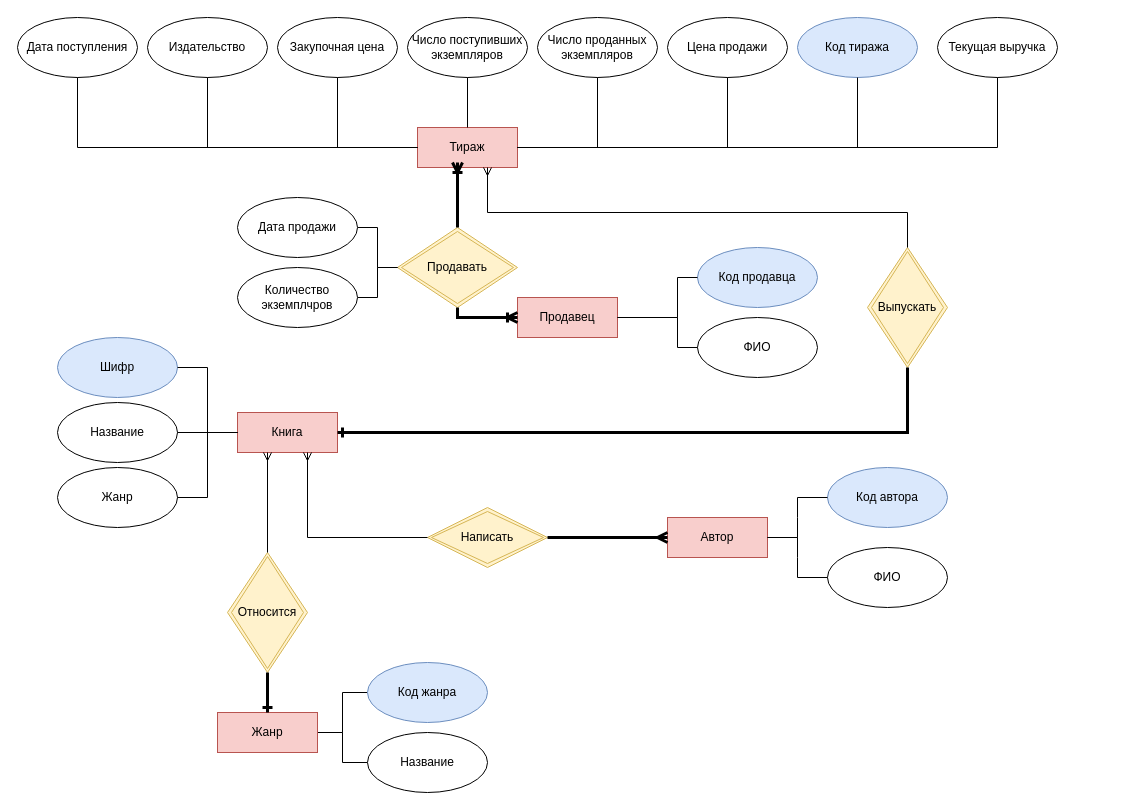
Earlier version of the draw.io diagram page "ER Scheme" (1 of 2) of Scheme.drawio (ScorpKir/postgres-learning). Source tidied: cells renumbered, new cells numbered last; positions are measured from the earlier drawing's top-left corner, leaving out a move shared by most shapes. Both pictures are drawn from the tidied source at 100%, with x=0, y=0 at pixel (17, 17).
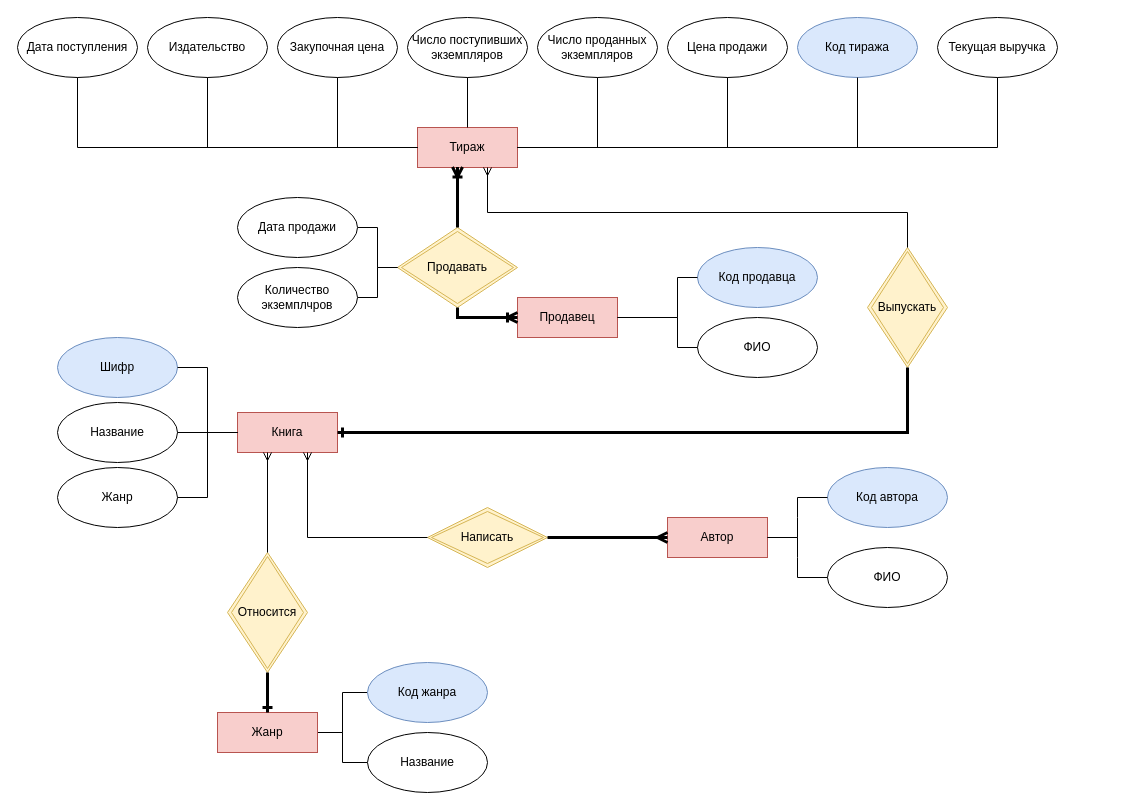
The same page after the edit.

The change refers to these unchanged cells:
```xml
<mxCell id="4" value="Тираж" style="rounded=0;arcSize=10;whiteSpace=wrap;html=1;align=center;fillColor=#f8cecc;strokeColor=#b85450;" parent="3" vertex="1">
  <mxGeometry x="400" y="110" width="100" height="40" as="geometry" />
</mxCell>
<mxCell id="35" value="Продавать" style="shape=rhombus;double=1;perimeter=rhombusPerimeter;whiteSpace=wrap;html=1;align=center;direction=west;fillColor=#fff2cc;strokeColor=#d6b656;rounded=0;" parent="33" vertex="1">
  <mxGeometry x="-40" y="30" width="120" height="80" as="geometry" />
</mxCell>
```

What changed in the source:
```diff
@@
-    <mxCell id="61" style="fontSize=12;html=1;endArrow=ERoneToMany;rounded=0;exitX=0.5;exitY=1;exitDx=0;exitDy=0;edgeStyle=orthogonalEdgeStyle;strokeWidth=3;" parent="1" edge="1" source="35">
-      <mxGeometry relative="1" as="geometry">
-        <mxPoint x="440" y="145" as="targetPoint" />
-        <Array as="points">
-          <mxPoint x="440" y="150" />
-        </Array>
-      </mxGeometry>
+    <mxCell id="61" style="fontSize=12;html=1;endArrow=ERoneToMany;rounded=0;exitX=0.5;exitY=1;exitDx=0;exitDy=0;edgeStyle=orthogonalEdgeStyle;strokeWidth=3;entryX=0.4;entryY=0.988;entryDx=0;entryDy=0;entryPerimeter=0;" parent="1" edge="1" source="35" target="4">
+      <mxGeometry relative="1" as="geometry" />
     </mxCell>
```
